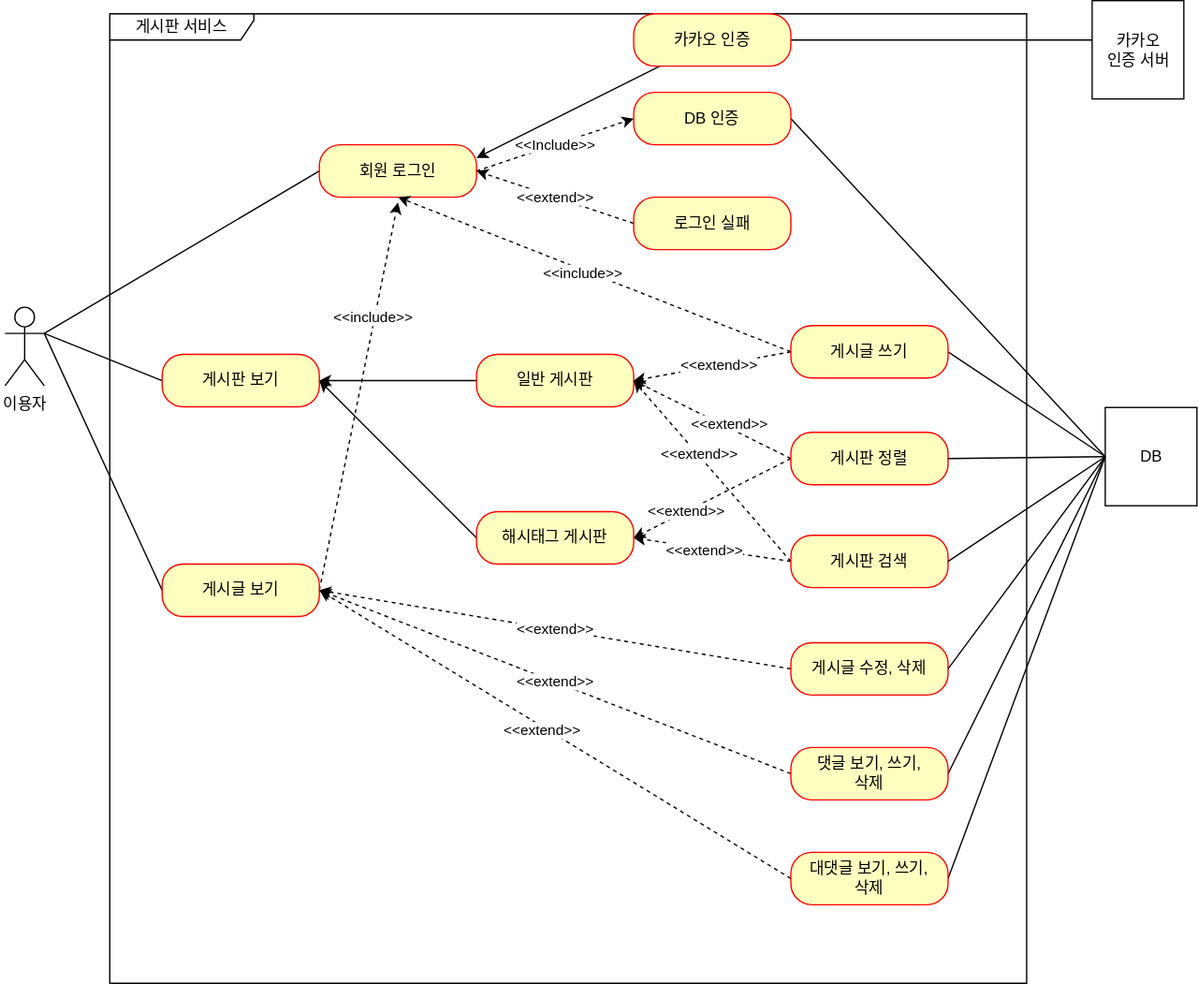
devcys22/fastcampus-board keeps this draw.io diagram as document/use-case.svg. Above is the earlier version. Source tidied: cells renumbered, new cells last; positions are measured from the earlier drawing's top-left corner, leaving out a move shared by most shapes.
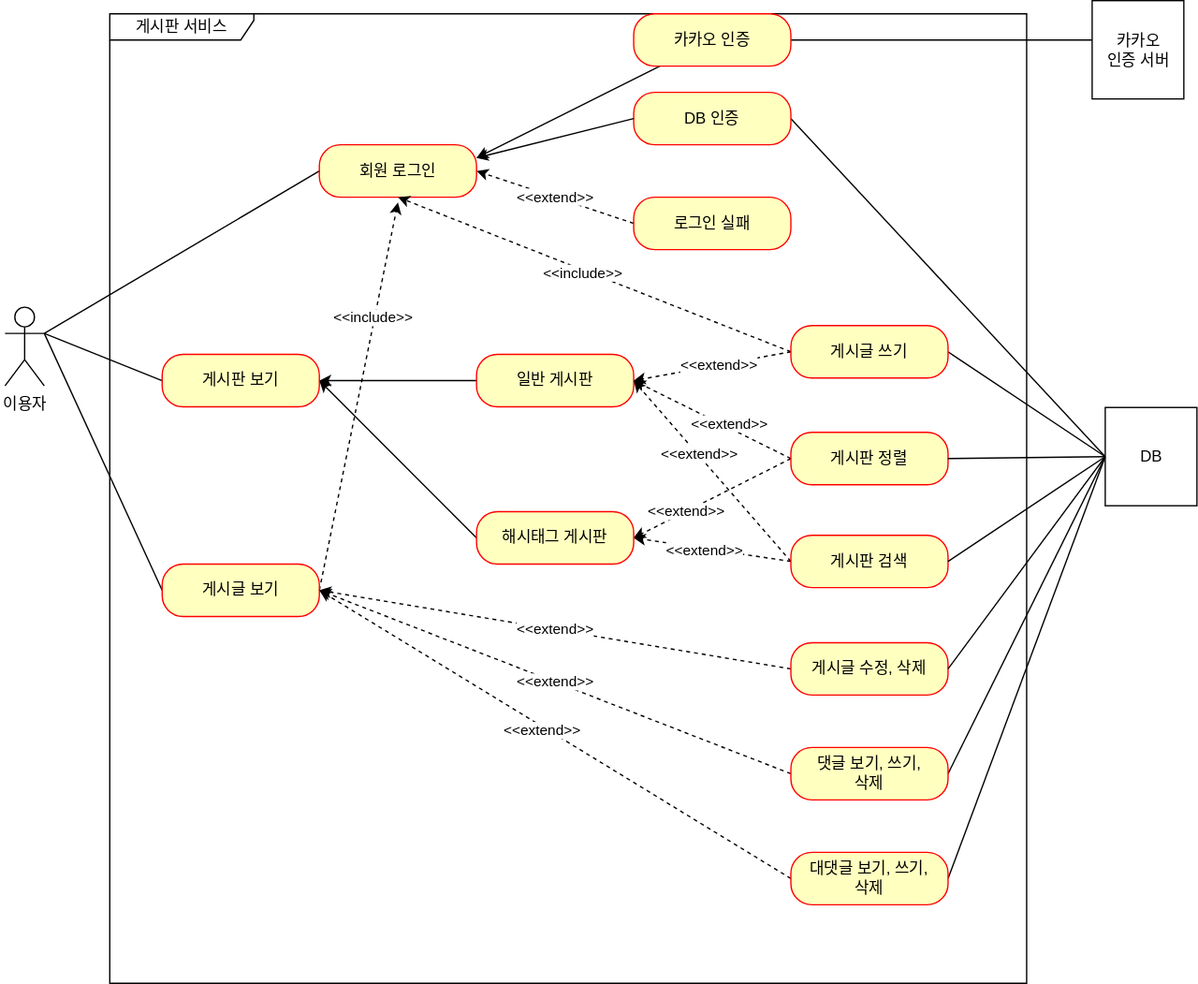
After the change.

The edit, as a diff of the source:
```diff
@@ -41,9 +41,6 @@
         <mxPoint x="30" y="254" as="targetPoint" />
       </mxGeometry>
     </mxCell>
-    <mxCell id="13" value="&amp;lt;&amp;lt;Include&amp;gt;&amp;gt;" style="rounded=0;jettySize=auto;html=1;exitX=1;exitY=0.5;exitDx=0;exitDy=0;entryX=0;entryY=0.5;entryDx=0;entryDy=0;dashed=1;" parent="1" edge="1" source="14" target="16">
-      <mxGeometry relative="1" as="geometry" />
-    </mxCell>
     <mxCell id="14" value="회원 로그인" style="rounded=1;whiteSpace=wrap;html=1;arcSize=40;fontColor=#000000;fillColor=#ffffc0;strokeColor=#ff0000;" parent="1" vertex="1">
       <mxGeometry x="240" y="110" width="120" height="40" as="geometry" />
     </mxCell>
@@ -176,5 +173,8 @@
     <mxCell id="55" value="카카오&lt;br&gt;인증 서버" style="html=1;" parent="1" vertex="1">
       <mxGeometry x="830" width="70" height="75" as="geometry" />
     </mxCell>
+    <mxCell id="56" style="rounded=0;jettySize=auto;html=1;entryX=1;entryY=0.25;entryDx=0;entryDy=0;exitX=0;exitY=0.5;exitDx=0;exitDy=0;" parent="1" edge="1" source="16" target="14">
+      <mxGeometry relative="1" as="geometry" />
+    </mxCell>
   </root>
 </mxGraphModel>
```
